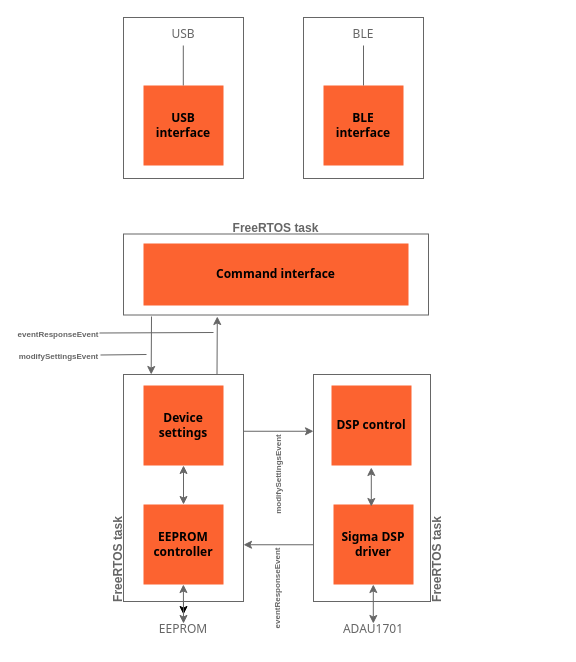
Before: device_firmware/functional_design_firmware.drawio in perrypetiet/EasyDSP, a draw.io diagram. Source tidied: cells renumbered, new cells numbered last; positions are measured from the earlier drawing's top-left corner, leaving out a move shared by most shapes. Both pictures are drawn from the tidied source at 100%, with x=0, y=0 at pixel (17, 17).
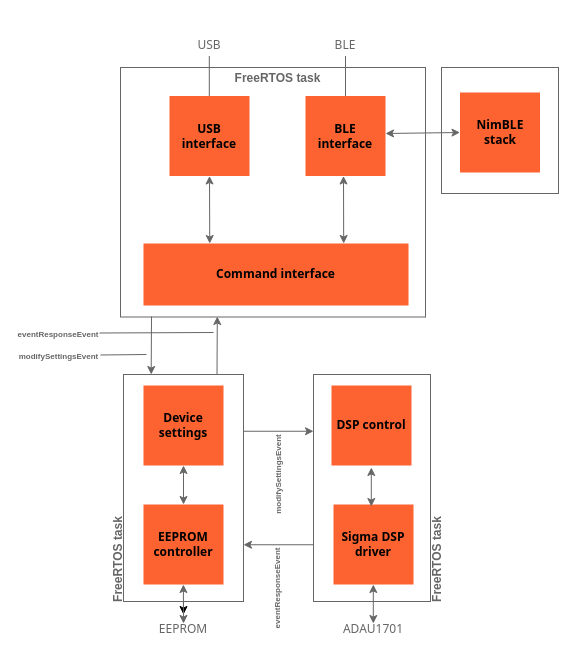
The same diagram, later.

Unchanged cells that the change refers to:
```xml
<mxCell id="3" value="&lt;b&gt;Command interface&lt;br&gt;&lt;/b&gt;" style="rounded=0;whiteSpace=wrap;html=1;fontFamily=Tahoma;fillColor=#FC6330;strokeColor=none;" parent="1" vertex="1">
  <mxGeometry x="126" y="226" width="265" height="62" as="geometry" />
</mxCell>
```

Diff of the diagram source:
```diff
@@
     <mxCell id="5" value="&lt;font face=&quot;Tahoma&quot;&gt;&lt;b&gt;BLE interface&lt;br&gt;&lt;/b&gt;&lt;/font&gt;" style="whiteSpace=wrap;html=1;fillColor=#FC6330;strokeColor=none;" parent="1" vertex="1">
-      <mxGeometry x="306" y="68" width="80" height="80" as="geometry" />
+      <mxGeometry x="288" y="78.5" width="80" height="80" as="geometry" />
     </mxCell>
@@
     <mxCell id="8" style="endArrow=none;html=1;strokeColor=#666666;fontFamily=Tahoma;" parent="1" edge="1">
       <mxGeometry relative="1" as="geometry">
-        <mxPoint x="346" y="68" as="sourcePoint" />
-        <mxPoint x="346" y="28" as="targetPoint" />
+        <mxPoint x="328" y="78.5" as="sourcePoint" />
+        <mxPoint x="328" y="38.5" as="targetPoint" />
       </mxGeometry>
     </mxCell>
     <mxCell id="9" value="&lt;font color=&quot;#666666&quot;&gt;BLE&lt;/font&gt;" style="text;html=1;strokeColor=none;fillColor=none;align=center;verticalAlign=middle;whiteSpace=wrap;rounded=0;fontFamily=Tahoma;" parent="1" vertex="1">
-      <mxGeometry x="316" y="2" width="60" height="30" as="geometry" />
+      <mxGeometry x="298" y="12.5" width="60" height="30" as="geometry" />
     </mxCell>
     <mxCell id="10" value="&lt;font face=&quot;Tahoma&quot;&gt;&lt;b&gt;USB interface&lt;br&gt;&lt;/b&gt;&lt;/font&gt;" style="whiteSpace=wrap;html=1;fillColor=#FC6330;strokeColor=none;" parent="1" vertex="1">
-      <mxGeometry x="126" y="68" width="80" height="80" as="geometry" />
+      <mxGeometry x="152" y="78.5" width="80" height="80" as="geometry" />
     </mxCell>
     <mxCell id="11" value="&lt;font color=&quot;#666666&quot;&gt;USB&lt;/font&gt;" style="text;html=1;strokeColor=none;fillColor=none;align=center;verticalAlign=middle;whiteSpace=wrap;rounded=0;fontFamily=Tahoma;" parent="1" vertex="1">
-      <mxGeometry x="136" y="2" width="60" height="30" as="geometry" />
+      <mxGeometry x="162" y="12.5" width="60" height="30" as="geometry" />
     </mxCell>
     <mxCell id="12" style="endArrow=none;html=1;strokeColor=#666666;fontFamily=Tahoma;" parent="1" edge="1">
       <mxGeometry relative="1" as="geometry">
-        <mxPoint x="165.8" y="68" as="sourcePoint" />
-        <mxPoint x="165.8" y="28" as="targetPoint" />
+        <mxPoint x="191.8" y="78.5" as="sourcePoint" />
+        <mxPoint x="191.8" y="38.5" as="targetPoint" />
       </mxGeometry>
     </mxCell>
@@
+    <mxCell id="24" style="rounded=0;whiteSpace=wrap;html=1;strokeColor=#666666;fillColor=none;" parent="1" vertex="1">
+      <mxGeometry x="103" y="50" width="305" height="249.5" as="geometry" />
+    </mxCell>
@@
-    <mxCell id="24" style="rounded=0;whiteSpace=wrap;html=1;strokeColor=#666666;fillColor=none;" parent="1" vertex="1">
-      <mxGeometry x="106" y="216.5" width="305" height="81" as="geometry" />
-    </mxCell>
     <mxCell id="25" value="&lt;font color=&quot;#666666&quot;&gt;&lt;b&gt;FreeRTOS task&lt;/b&gt;&lt;/font&gt;" style="text;html=1;strokeColor=none;fillColor=none;align=center;verticalAlign=middle;whiteSpace=wrap;rounded=0;direction=west;rotation=0;" parent="1" vertex="1">
-      <mxGeometry x="212" y="196" width="93" height="30" as="geometry" />
+      <mxGeometry x="214" y="46" width="93" height="30" as="geometry" />
     </mxCell>
@@
-    <mxCell id="36" style="rounded=0;whiteSpace=wrap;html=1;fontSize=8;fillColor=none;strokeColor=#666666;" parent="1" vertex="1">
-      <mxGeometry x="106" width="120" height="161" as="geometry" />
-    </mxCell>
-    <mxCell id="37" style="rounded=0;whiteSpace=wrap;html=1;fontSize=8;fillColor=none;strokeColor=#666666;" parent="1" vertex="1">
-      <mxGeometry x="286" width="120" height="161" as="geometry" />
-    </mxCell>
+    <mxCell id="38" style="edgeStyle=none;html=1;entryX=0.25;entryY=0;entryDx=0;entryDy=0;fontFamily=Tahoma;strokeColor=#666666;startArrow=classic;startFill=1;endArrow=classic;endFill=1;exitX=0.5;exitY=1;exitDx=0;exitDy=0;" parent="1" edge="1" source="10" target="3">
+      <mxGeometry relative="1" as="geometry" />
+    </mxCell>
+    <mxCell id="39" style="edgeStyle=none;html=1;entryX=0.25;entryY=0;entryDx=0;entryDy=0;fontFamily=Tahoma;strokeColor=#666666;startArrow=classic;startFill=1;endArrow=classic;endFill=1;exitX=0.5;exitY=1;exitDx=0;exitDy=0;" parent="1" edge="1">
+      <mxGeometry relative="1" as="geometry">
+        <mxPoint x="326" y="158.5" as="sourcePoint" />
+        <mxPoint x="326.2" y="226" as="targetPoint" />
+      </mxGeometry>
+    </mxCell>
+    <mxCell id="40" style="rounded=0;whiteSpace=wrap;html=1;strokeColor=#666666;fillColor=none;" parent="1" vertex="1">
+      <mxGeometry x="424" y="50" width="117" height="126" as="geometry" />
+    </mxCell>
+    <mxCell id="41" value="&lt;font face=&quot;Tahoma&quot;&gt;&lt;b&gt;NimBLE&lt;br&gt;stack&lt;br&gt;&lt;/b&gt;&lt;/font&gt;" style="whiteSpace=wrap;html=1;fillColor=#FC6330;strokeColor=none;" parent="1" vertex="1">
+      <mxGeometry x="442.5" y="75" width="80" height="80" as="geometry" />
+    </mxCell>
+    <mxCell id="42" style="edgeStyle=none;html=1;entryX=0;entryY=0.5;entryDx=0;entryDy=0;fontFamily=Tahoma;strokeColor=#666666;startArrow=classic;startFill=1;endArrow=classic;endFill=1;exitX=0.5;exitY=1;exitDx=0;exitDy=0;" parent="1" edge="1" target="41">
+      <mxGeometry relative="1" as="geometry">
+        <mxPoint x="368" y="116" as="sourcePoint" />
+      </mxGeometry>
+    </mxCell>
```
